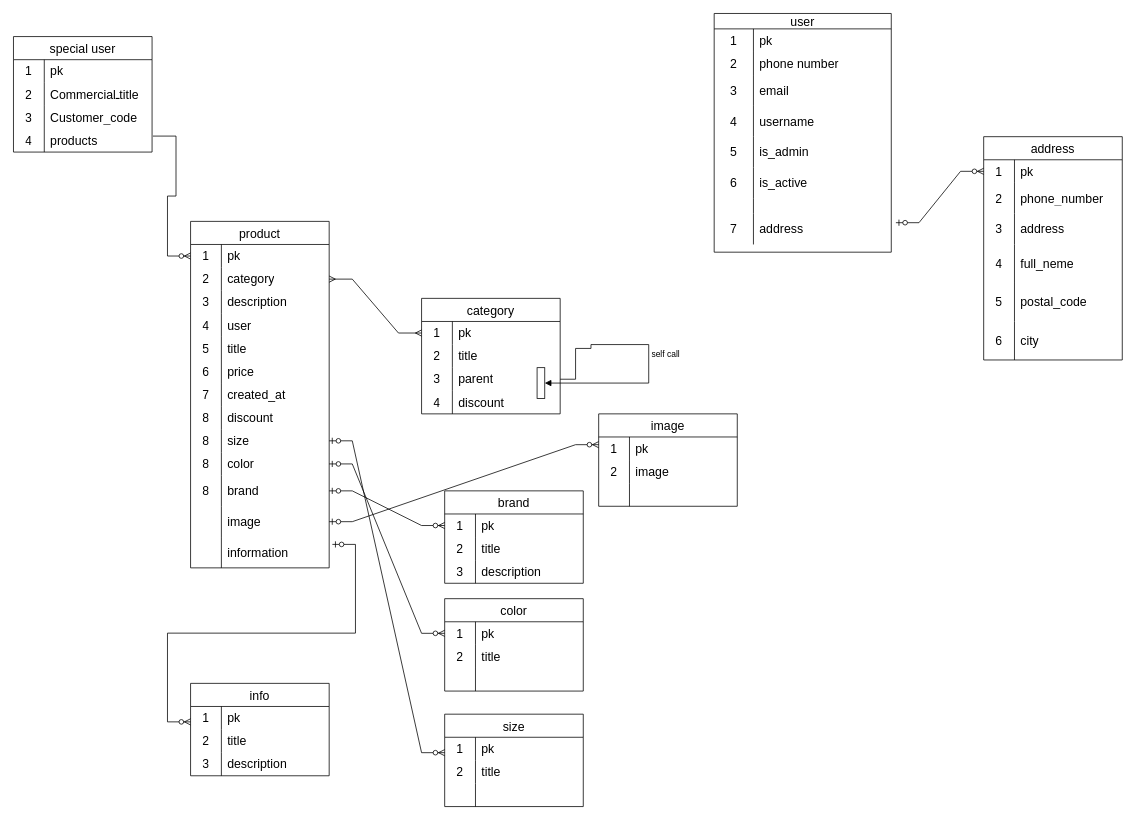
This is shop.drawio from amir1rj/blog, a draw.io file, before an edit. Source tidied: cells renumbered, new cells numbered last; positions are measured from the earlier drawing's top-left corner, leaving out a move shared by most shapes. Both pictures are drawn from the tidied source at 77%, with x=0, y=0 at pixel (13, 13).
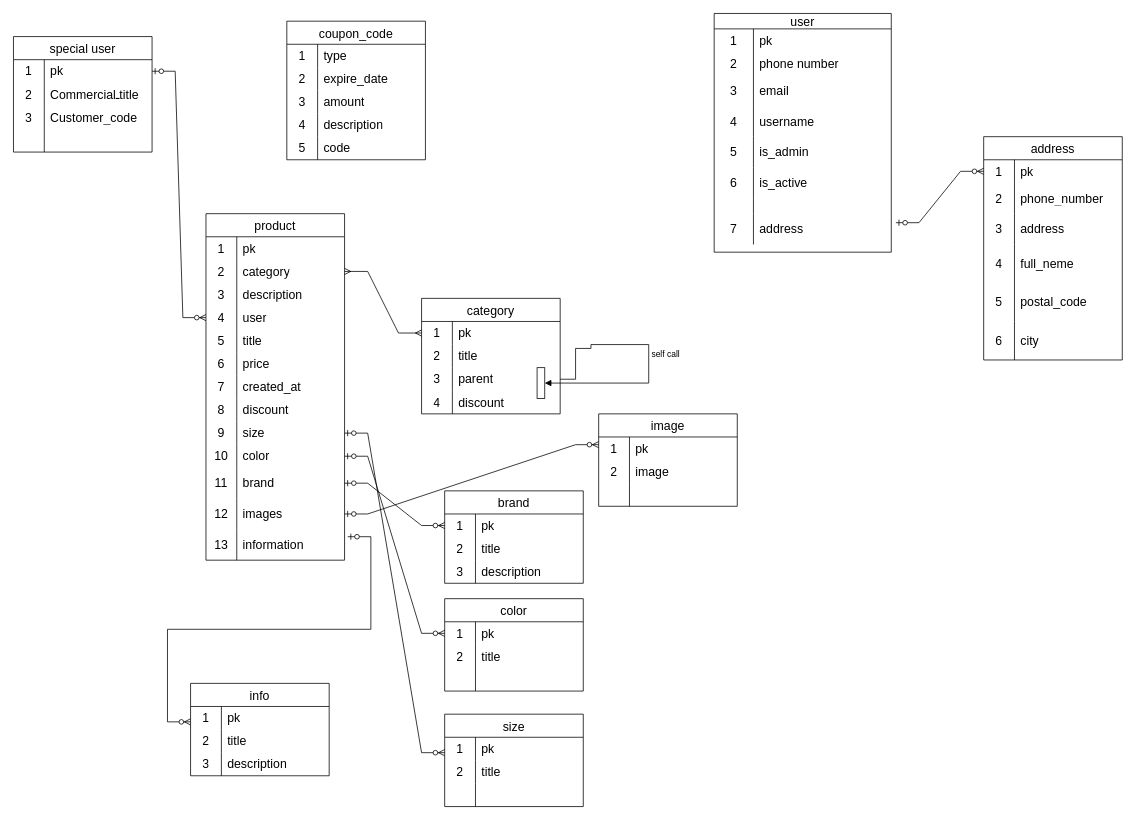
The same diagram, later.

The change refers to these unchanged cells:
```xml
<mxCell id="28" style="shape=tableRow;horizontal=0;startSize=0;swimlaneHead=0;swimlaneBody=0;top=0;left=0;bottom=0;right=0;fillColor=none;points=[[0,0.5],[1,0.5]];portConstraint=eastwest;strokeColor=inherit;fontSize=16;" parent="27" vertex="1">
  <mxGeometry y="30" width="180" height="30" as="geometry" />
</mxCell>
<mxCell id="37" style="shape=tableRow;horizontal=0;startSize=0;swimlaneHead=0;swimlaneBody=0;top=0;left=0;bottom=0;right=0;fillColor=none;points=[[0,0.5],[1,0.5]];portConstraint=eastwest;strokeColor=inherit;fontSize=16;" parent="27" vertex="1">
  <mxGeometry y="120" width="180" height="30" as="geometry" />
</mxCell>
<mxCell id="41" style="shape=tableRow;horizontal=0;startSize=0;swimlaneHead=0;swimlaneBody=0;top=0;left=0;bottom=0;right=0;fillColor=none;points=[[0,0.5],[1,0.5]];portConstraint=eastwest;strokeColor=inherit;fontSize=16;" parent="40" vertex="1">
  <mxGeometry y="30" width="180" height="30" as="geometry" />
</mxCell>
<mxCell id="50" style="shape=tableRow;horizontal=0;startSize=0;swimlaneHead=0;swimlaneBody=0;top=0;left=0;bottom=0;right=0;fillColor=none;points=[[0,0.5],[1,0.5]];portConstraint=eastwest;strokeColor=inherit;fontSize=16;" parent="40" vertex="1">
  <mxGeometry y="120" width="180" height="30" as="geometry" />
</mxCell>
<mxCell id="65" style="shape=tableRow;horizontal=0;startSize=0;swimlaneHead=0;swimlaneBody=0;top=0;left=0;bottom=0;right=0;fillColor=none;points=[[0,0.5],[1,0.5]];portConstraint=eastwest;strokeColor=inherit;fontSize=16;" parent="40" vertex="1">
  <mxGeometry y="270" width="180" height="30" as="geometry" />
</mxCell>
<mxCell id="68" style="shape=tableRow;horizontal=0;startSize=0;swimlaneHead=0;swimlaneBody=0;top=0;left=0;bottom=0;right=0;fillColor=none;points=[[0,0.5],[1,0.5]];portConstraint=eastwest;strokeColor=inherit;fontSize=16;" parent="40" vertex="1">
  <mxGeometry y="300" width="180" height="30" as="geometry" />
</mxCell>
<mxCell id="71" style="shape=tableRow;horizontal=0;startSize=0;swimlaneHead=0;swimlaneBody=0;top=0;left=0;bottom=0;right=0;fillColor=none;points=[[0,0.5],[1,0.5]];portConstraint=eastwest;strokeColor=inherit;fontSize=16;" parent="40" vertex="1">
  <mxGeometry y="330" width="180" height="40" as="geometry" />
</mxCell>
<mxCell id="74" style="shape=tableRow;horizontal=0;startSize=0;swimlaneHead=0;swimlaneBody=0;top=0;left=0;bottom=0;right=0;fillColor=none;points=[[0,0.5],[1,0.5]];portConstraint=eastwest;strokeColor=inherit;fontSize=16;" parent="40" vertex="1">
  <mxGeometry y="370" width="180" height="40" as="geometry" />
</mxCell>
<mxCell id="77" style="shape=tableRow;horizontal=0;startSize=0;swimlaneHead=0;swimlaneBody=0;top=0;left=0;bottom=0;right=0;fillColor=none;points=[[0,0.5],[1,0.5]];portConstraint=eastwest;strokeColor=inherit;fontSize=16;" parent="40" vertex="1">
  <mxGeometry y="410" width="180" height="40" as="geometry" />
</mxCell>
```

Change to the diagram source:
```diff
@@
-    <mxCell id="38" value="4" style="shape=partialRectangle;html=1;whiteSpace=wrap;fillColor=none;top=0;left=0;bottom=0;right=0;overflow=hidden;strokeColor=inherit;fontSize=16;" parent="37" vertex="1">
+    <mxCell id="38" style="shape=partialRectangle;html=1;whiteSpace=wrap;fillColor=none;top=0;left=0;bottom=0;right=0;overflow=hidden;strokeColor=inherit;fontSize=16;" parent="37" vertex="1">
       <mxGeometry width="40" height="30" as="geometry" />
     </mxCell>
-    <mxCell id="39" value="products" style="shape=partialRectangle;html=1;whiteSpace=wrap;fillColor=none;top=0;left=0;bottom=0;right=0;align=left;spacingLeft=6;overflow=hidden;strokeColor=inherit;fontSize=16;" parent="37" vertex="1">
+    <mxCell id="39" style="shape=partialRectangle;html=1;whiteSpace=wrap;fillColor=none;top=0;left=0;bottom=0;right=0;align=left;spacingLeft=6;overflow=hidden;strokeColor=inherit;fontSize=16;" parent="37" vertex="1">
       <mxGeometry x="40" width="140" height="30" as="geometry" />
     </mxCell>
     <mxCell id="40" value="product" style="shape=table;startSize=30;childLayout=tableLayout;rowLines=0;fontStyle=0;strokeColor=default;fontSize=16;" parent="1" vertex="1">
-      <mxGeometry x="230" y="270" width="180" height="450" as="geometry" />
+      <mxGeometry x="250" y="260" width="180" height="450" as="geometry" />
     </mxCell>
@@
-    <mxCell id="66" value="8" style="shape=partialRectangle;html=1;whiteSpace=wrap;fillColor=none;top=0;left=0;bottom=0;right=0;overflow=hidden;strokeColor=inherit;fontSize=16;" parent="65" vertex="1">
+    <mxCell id="66" value="9" style="shape=partialRectangle;html=1;whiteSpace=wrap;fillColor=none;top=0;left=0;bottom=0;right=0;overflow=hidden;strokeColor=inherit;fontSize=16;" parent="65" vertex="1">
       <mxGeometry width="40" height="30" as="geometry" />
     </mxCell>
@@
-    <mxCell id="69" value="8" style="shape=partialRectangle;html=1;whiteSpace=wrap;fillColor=none;top=0;left=0;bottom=0;right=0;overflow=hidden;strokeColor=inherit;fontSize=16;" parent="68" vertex="1">
+    <mxCell id="69" value="10" style="shape=partialRectangle;html=1;whiteSpace=wrap;fillColor=none;top=0;left=0;bottom=0;right=0;overflow=hidden;strokeColor=inherit;fontSize=16;" parent="68" vertex="1">
       <mxGeometry width="40" height="30" as="geometry" />
     </mxCell>
@@
-    <mxCell id="72" value="8" style="shape=partialRectangle;html=1;whiteSpace=wrap;fillColor=none;top=0;left=0;bottom=0;right=0;overflow=hidden;strokeColor=inherit;fontSize=16;" parent="71" vertex="1">
+    <mxCell id="72" value="11" style="shape=partialRectangle;html=1;whiteSpace=wrap;fillColor=none;top=0;left=0;bottom=0;right=0;overflow=hidden;strokeColor=inherit;fontSize=16;" parent="71" vertex="1">
       <mxGeometry width="40" height="40" as="geometry" />
     </mxCell>
@@
-    <mxCell id="75" style="shape=partialRectangle;html=1;whiteSpace=wrap;fillColor=none;top=0;left=0;bottom=0;right=0;overflow=hidden;strokeColor=inherit;fontSize=16;" parent="74" vertex="1">
+    <mxCell id="75" value="12" style="shape=partialRectangle;html=1;whiteSpace=wrap;fillColor=none;top=0;left=0;bottom=0;right=0;overflow=hidden;strokeColor=inherit;fontSize=16;" parent="74" vertex="1">
       <mxGeometry width="40" height="40" as="geometry" />
     </mxCell>
-    <mxCell id="76" value="image" style="shape=partialRectangle;html=1;whiteSpace=wrap;fillColor=none;top=0;left=0;bottom=0;right=0;align=left;spacingLeft=6;overflow=hidden;strokeColor=inherit;fontSize=16;" parent="74" vertex="1">
+    <mxCell id="76" value="images" style="shape=partialRectangle;html=1;whiteSpace=wrap;fillColor=none;top=0;left=0;bottom=0;right=0;align=left;spacingLeft=6;overflow=hidden;strokeColor=inherit;fontSize=16;" parent="74" vertex="1">
       <mxGeometry x="40" width="140" height="40" as="geometry" />
     </mxCell>
@@
-    <mxCell id="78" style="shape=partialRectangle;html=1;whiteSpace=wrap;fillColor=none;top=0;left=0;bottom=0;right=0;overflow=hidden;strokeColor=inherit;fontSize=16;" parent="77" vertex="1">
+    <mxCell id="78" value="13" style="shape=partialRectangle;html=1;whiteSpace=wrap;fillColor=none;top=0;left=0;bottom=0;right=0;overflow=hidden;strokeColor=inherit;fontSize=16;" parent="77" vertex="1">
       <mxGeometry width="40" height="40" as="geometry" />
     </mxCell>
@@
-    <mxCell id="80" style="edgeStyle=entityRelationEdgeStyle;fontSize=12;html=1;endArrow=ERzeroToMany;endFill=1;rounded=0;exitX=1.006;exitY=0.308;exitDx=0;exitDy=0;exitPerimeter=0;entryX=0;entryY=0.5;entryDx=0;entryDy=0;" parent="1" edge="1" source="37" target="41">
-      <mxGeometry relative="1" as="geometry">
-        <Array as="points">
-          <mxPoint x="280" y="535.1" />
-          <mxPoint x="380" y="350.1" />
-          <mxPoint x="300" y="400.1" />
-        </Array>
-      </mxGeometry>
-    </mxCell>
@@
+    <mxCell id="172" value="coupon_code" style="shape=table;startSize=30;childLayout=tableLayout;rowLines=0;fontStyle=0;strokeColor=default;fontSize=16;" parent="1" vertex="1">
+      <mxGeometry x="355" y="10" width="180" height="180" as="geometry" />
+    </mxCell>
+    <mxCell id="173" style="shape=tableRow;horizontal=0;startSize=0;swimlaneHead=0;swimlaneBody=0;top=0;left=0;bottom=0;right=0;fillColor=none;strokeColor=inherit;fontSize=16;" parent="172" vertex="1">
+      <mxGeometry y="30" width="180" height="30" as="geometry" />
+    </mxCell>
+    <mxCell id="174" value="1" style="shape=partialRectangle;html=1;whiteSpace=wrap;fillColor=none;top=0;left=0;bottom=0;right=0;overflow=hidden;strokeColor=inherit;fontSize=16;" parent="173" vertex="1">
+      <mxGeometry width="40" height="30" as="geometry" />
+    </mxCell>
+    <mxCell id="175" value="type" style="shape=partialRectangle;html=1;whiteSpace=wrap;fillColor=none;top=0;left=0;bottom=0;right=0;align=left;spacingLeft=6;overflow=hidden;strokeColor=inherit;fontSize=16;" parent="173" vertex="1">
+      <mxGeometry x="40" width="140" height="30" as="geometry" />
+    </mxCell>
+    <mxCell id="176" style="shape=tableRow;horizontal=0;startSize=0;swimlaneHead=0;swimlaneBody=0;top=0;left=0;bottom=0;right=0;fillColor=none;strokeColor=inherit;fontSize=16;" parent="172" vertex="1">
+      <mxGeometry y="60" width="180" height="30" as="geometry" />
+    </mxCell>
+    <mxCell id="177" value="2" style="shape=partialRectangle;html=1;whiteSpace=wrap;fillColor=none;top=0;left=0;bottom=0;right=0;overflow=hidden;strokeColor=inherit;fontSize=16;" parent="176" vertex="1">
+      <mxGeometry width="40" height="30" as="geometry" />
+    </mxCell>
+    <mxCell id="178" value="expire_date" style="shape=partialRectangle;html=1;whiteSpace=wrap;fillColor=none;top=0;left=0;bottom=0;right=0;align=left;spacingLeft=6;overflow=hidden;strokeColor=inherit;fontSize=16;" parent="176" vertex="1">
+      <mxGeometry x="40" width="140" height="30" as="geometry" />
+    </mxCell>
+    <mxCell id="179" style="shape=tableRow;horizontal=0;startSize=0;swimlaneHead=0;swimlaneBody=0;top=0;left=0;bottom=0;right=0;fillColor=none;strokeColor=inherit;fontSize=16;" parent="172" vertex="1">
+      <mxGeometry y="90" width="180" height="30" as="geometry" />
+    </mxCell>
+    <mxCell id="180" value="3" style="shape=partialRectangle;html=1;whiteSpace=wrap;fillColor=none;top=0;left=0;bottom=0;right=0;overflow=hidden;strokeColor=inherit;fontSize=16;" parent="179" vertex="1">
+      <mxGeometry width="40" height="30" as="geometry" />
+    </mxCell>
+    <mxCell id="181" value="amount" style="shape=partialRectangle;html=1;whiteSpace=wrap;fillColor=none;top=0;left=0;bottom=0;right=0;align=left;spacingLeft=6;overflow=hidden;strokeColor=inherit;fontSize=16;" parent="179" vertex="1">
+      <mxGeometry x="40" width="140" height="30" as="geometry" />
+    </mxCell>
+    <mxCell id="182" style="shape=tableRow;horizontal=0;startSize=0;swimlaneHead=0;swimlaneBody=0;top=0;left=0;bottom=0;right=0;fillColor=none;strokeColor=inherit;fontSize=16;" parent="172" vertex="1">
+      <mxGeometry y="120" width="180" height="30" as="geometry" />
+    </mxCell>
+    <mxCell id="183" value="4" style="shape=partialRectangle;html=1;whiteSpace=wrap;fillColor=none;top=0;left=0;bottom=0;right=0;overflow=hidden;strokeColor=inherit;fontSize=16;" parent="182" vertex="1">
+      <mxGeometry width="40" height="30" as="geometry" />
+    </mxCell>
+    <mxCell id="184" value="description" style="shape=partialRectangle;html=1;whiteSpace=wrap;fillColor=none;top=0;left=0;bottom=0;right=0;align=left;spacingLeft=6;overflow=hidden;strokeColor=inherit;fontSize=16;" parent="182" vertex="1">
+      <mxGeometry x="40" width="140" height="30" as="geometry" />
+    </mxCell>
+    <mxCell id="185" style="shape=tableRow;horizontal=0;startSize=0;swimlaneHead=0;swimlaneBody=0;top=0;left=0;bottom=0;right=0;fillColor=none;strokeColor=inherit;fontSize=16;" parent="172" vertex="1">
+      <mxGeometry y="150" width="180" height="30" as="geometry" />
+    </mxCell>
+    <mxCell id="186" value="5" style="shape=partialRectangle;html=1;whiteSpace=wrap;fillColor=none;top=0;left=0;bottom=0;right=0;overflow=hidden;strokeColor=inherit;fontSize=16;" parent="185" vertex="1">
+      <mxGeometry width="40" height="30" as="geometry" />
+    </mxCell>
+    <mxCell id="187" value="code" style="shape=partialRectangle;html=1;whiteSpace=wrap;fillColor=none;top=0;left=0;bottom=0;right=0;align=left;spacingLeft=6;overflow=hidden;strokeColor=inherit;fontSize=16;" parent="185" vertex="1">
+      <mxGeometry x="40" width="140" height="30" as="geometry" />
+    </mxCell>
+    <mxCell id="188" style="edgeStyle=entityRelationEdgeStyle;fontSize=12;html=1;endArrow=ERzeroToMany;startArrow=ERzeroToOne;rounded=0;exitX=1;exitY=0.5;exitDx=0;exitDy=0;entryX=0;entryY=0.5;entryDx=0;entryDy=0;" parent="1" edge="1" source="28" target="50">
+      <mxGeometry relative="1" as="geometry">
+        <Array as="points">
+          <mxPoint x="210" y="310" />
+        </Array>
+      </mxGeometry>
+    </mxCell>
```
